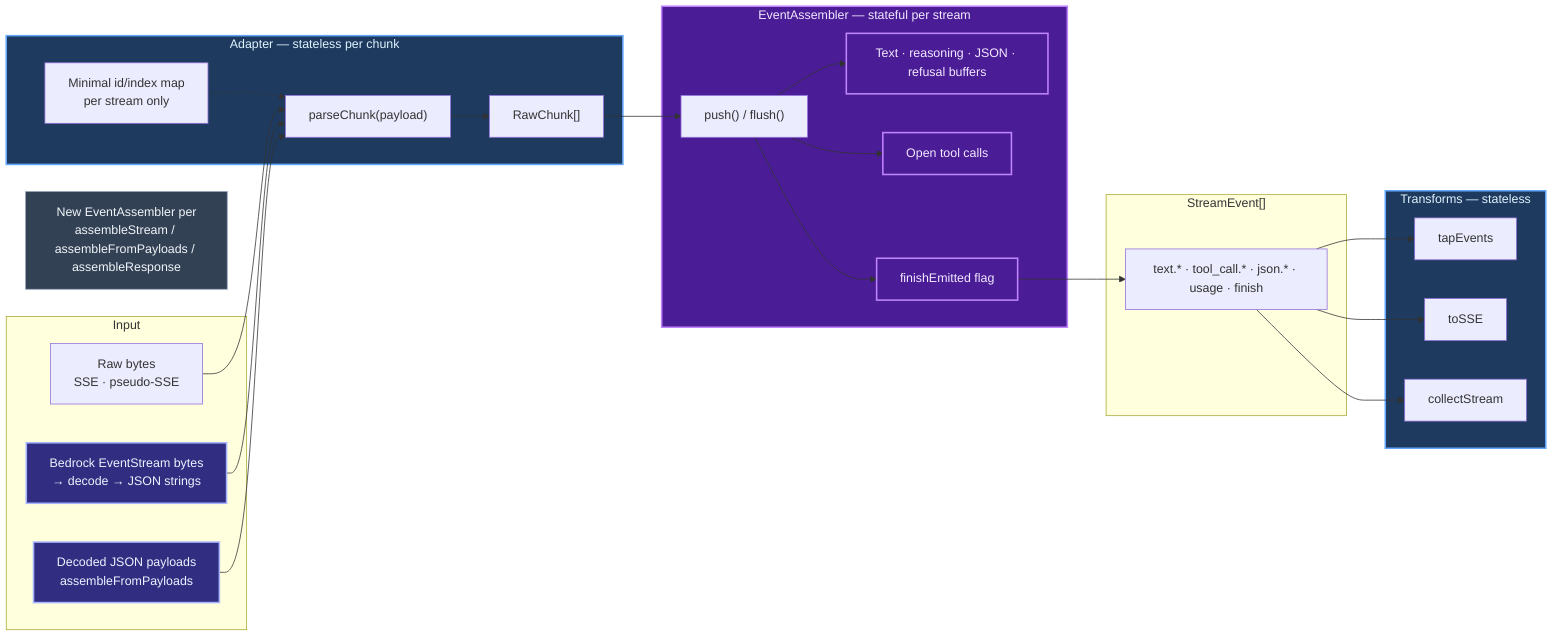
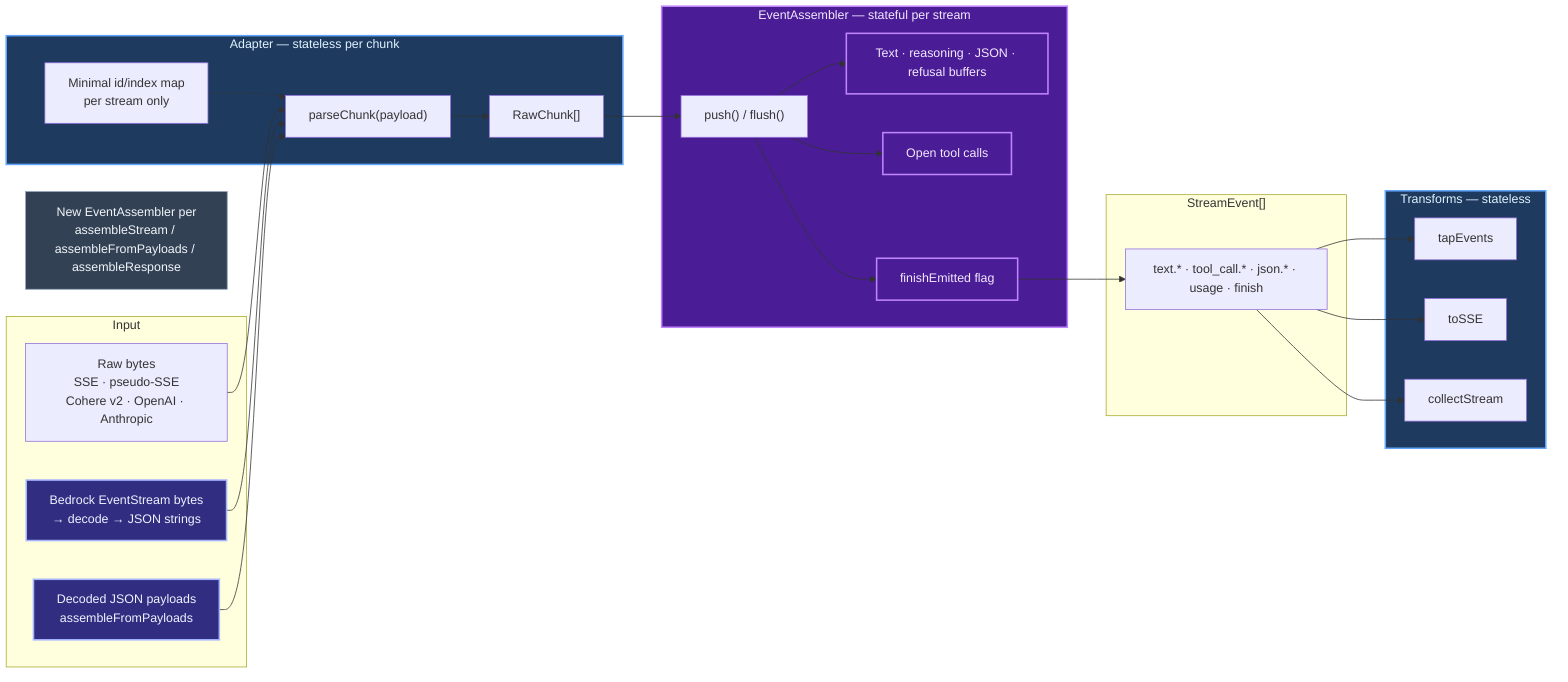
flowchart LR
	subgraph IN["Input"]
- 		BYTES["Raw bytes<br/>SSE · pseudo-SSE"]
+ 		BYTES["Raw bytes<br/>SSE · pseudo-SSE<br/>Cohere v2 · OpenAI · Anthropic"]
		BRIN["Bedrock EventStream bytes<br/>→ decode → JSON strings"]
		JSONL["Decoded JSON payloads<br/>assembleFromPayloads"]
	end

	subgraph ADAPTER["Adapter — stateless per chunk"]
		PC["parseChunk(payload)"]
		MAP["Minimal id/index map<br/>per stream only"]
		PC --> RC["RawChunk[]"]
		MAP -.-> PC
	end

	subgraph CORE["EventAssembler — stateful per stream"]
		BUF["Text · reasoning · JSON · refusal buffers"]
		TOOLS["Open tool calls"]
		FIN["finishEmitted flag"]
		RC --> EA["push() / flush()"]
		EA --> BUF
		EA --> TOOLS
		EA --> FIN
	end

	subgraph OUT["StreamEvent[]"]
		EV["text.* · tool_call.* · json.* · usage · finish"]
	end

	subgraph XFORM["Transforms — stateless"]
		TAP["tapEvents"]
		SSE["toSSE"]
		COL["collectStream"]
	end

	BYTES --> PC
	BRIN --> PC
	JSONL --> PC
	FIN --> EV
	EV --> TAP
	EV --> SSE
	EV --> COL

	NOTE["New EventAssembler per<br/>assembleStream / assembleFromPayloads / assembleResponse"]

	classDef stateless fill:#1e3a5f,stroke:#60a5fa,stroke-width:2px,color:#e0f2fe
	classDef stateful fill:#4a1d96,stroke:#c084fc,stroke-width:2px,color:#f3e8ff
	classDef bedrock fill:#312e81,stroke:#a5b4fc,stroke-width:2px,color:#eef2ff
	classDef note fill:#334155,stroke:#94a3b8,stroke-width:1px,color:#f1f5f9

	class ADAPTER,XFORM stateless
	class CORE,BUF,TOOLS,FIN stateful
	class BRIN,JSONL bedrock
	class NOTE note
